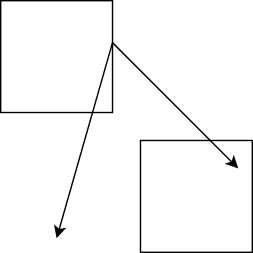
Earlier version of the draw.io export test.drawio.svg (aekiss/test-delete). Source tidied: cells renumbered, new cells last; positions are measured from the earlier drawing's top-left corner, leaving out a move shared by most shapes.
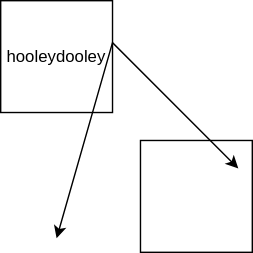
After the commit.

The edit, as a diff of the source:
```diff
@@ -5,7 +5,7 @@
     <mxCell id="2" style="whiteSpace=wrap;html=1;" parent="1" vertex="1">
       <mxGeometry x="100" y="100" width="80" height="80" as="geometry" />
     </mxCell>
-    <mxCell id="3" style="whiteSpace=wrap;html=1;" parent="1" vertex="1">
+    <mxCell id="3" value="hooleydooley" style="whiteSpace=wrap;html=1;" parent="1" vertex="1">
       <mxGeometry width="80" height="80" as="geometry" />
     </mxCell>
     <mxCell id="4" style="endArrow=classic;startArrow=classic;html=1;rounded=0;" parent="1" edge="1">
```
